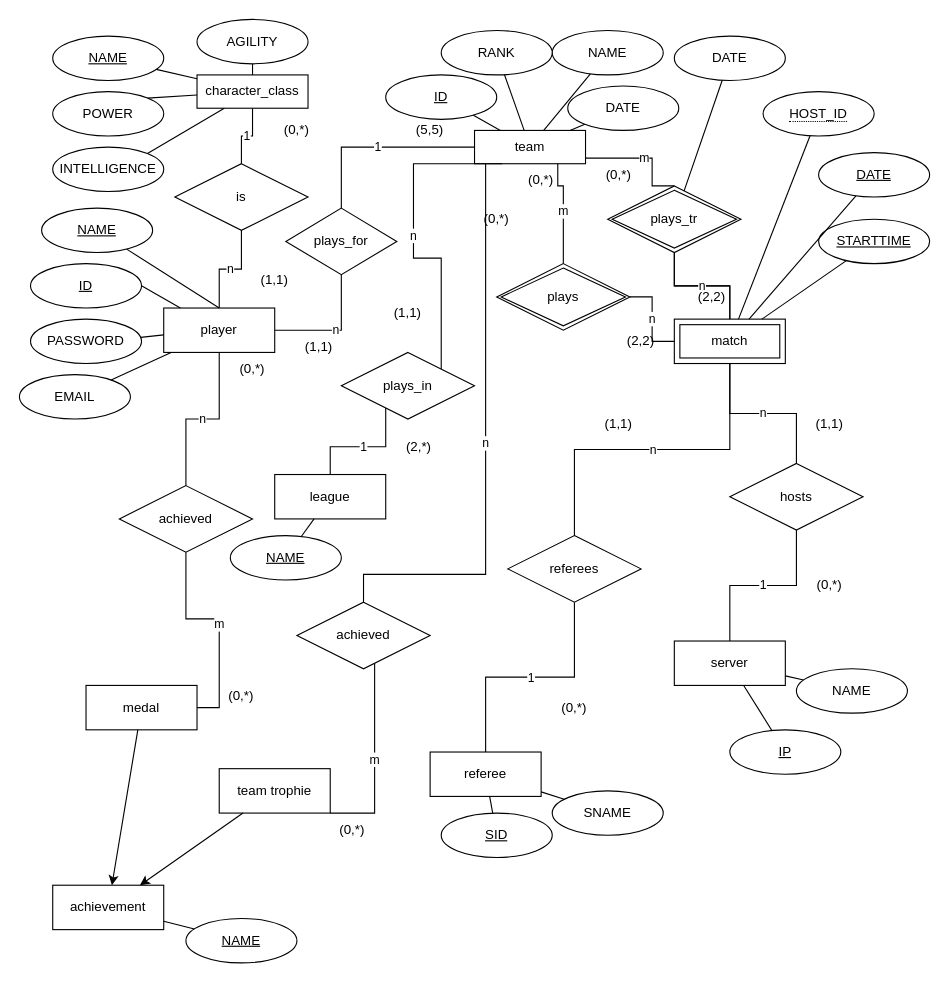
Above: Unbenanntes Diagramm.drawio in marvin-the-parrot/uni (draw.io), before the change. Source tidied: cells renumbered, new cells numbered last; positions are measured from the earlier drawing's top-left corner, leaving out a move shared by most shapes. Both pictures are drawn from the tidied source at 111%, with x=0, y=0 at pixel (19, 19).
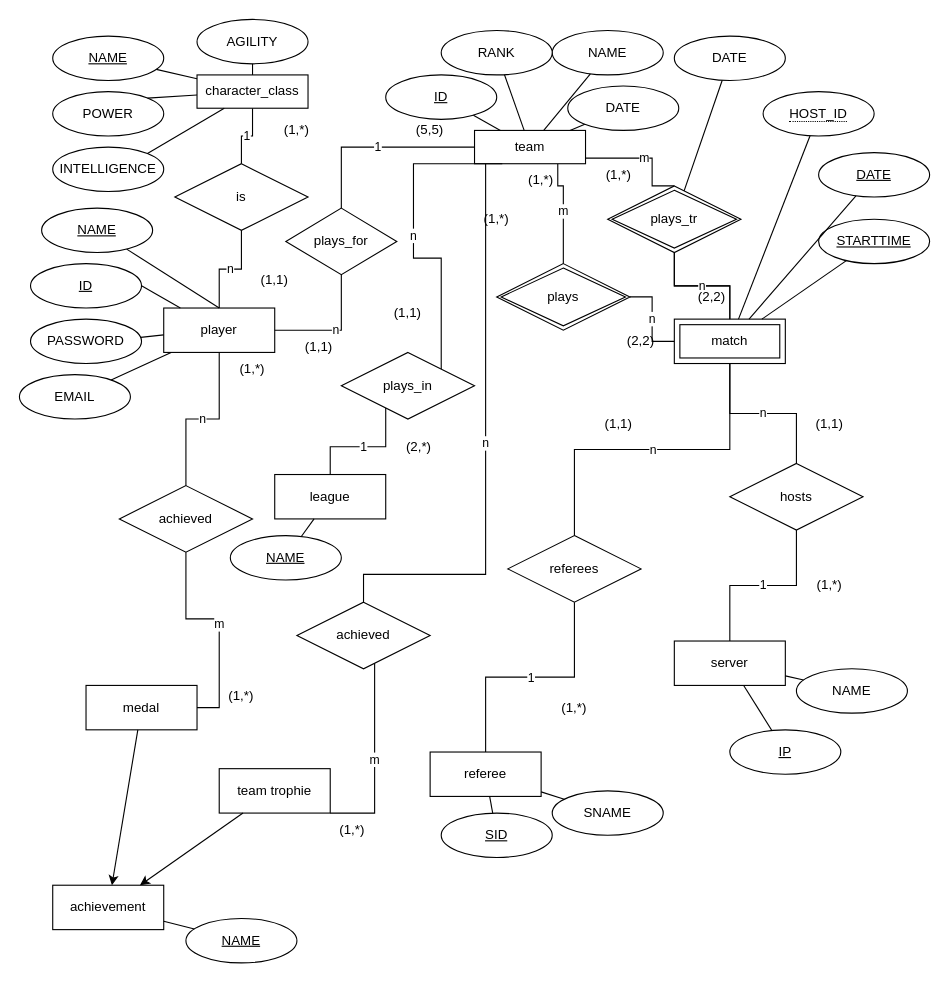
Above is the later version.

Commit message:
changed to non-null

Change to the diagram source:
```diff
@@
-    <mxCell id="80" value="(0,*)" style="text;html=1;strokeColor=none;fillColor=none;align=center;verticalAlign=middle;whiteSpace=wrap;rounded=0;" parent="1" vertex="1">
+    <mxCell id="80" value="(1,*)" style="text;html=1;strokeColor=none;fillColor=none;align=center;verticalAlign=middle;whiteSpace=wrap;rounded=0;" parent="1" vertex="1">
       <mxGeometry x="700" y="495" width="60" height="30" as="geometry" />
     </mxCell>
@@
-    <mxCell id="82" value="(0,*)" style="text;html=1;strokeColor=none;fillColor=none;align=center;verticalAlign=middle;whiteSpace=wrap;rounded=0;" parent="1" vertex="1">
+    <mxCell id="82" value="(1,*)" style="text;html=1;strokeColor=none;fillColor=none;align=center;verticalAlign=middle;whiteSpace=wrap;rounded=0;" parent="1" vertex="1">
       <mxGeometry x="470" y="605" width="60" height="30" as="geometry" />
     </mxCell>
@@
-    <mxCell id="90" value="(0,*)" style="text;html=1;strokeColor=none;fillColor=none;align=center;verticalAlign=middle;whiteSpace=wrap;rounded=0;" parent="1" vertex="1">
+    <mxCell id="90" value="(1,*)" style="text;html=1;strokeColor=none;fillColor=none;align=center;verticalAlign=middle;whiteSpace=wrap;rounded=0;" parent="1" vertex="1">
       <mxGeometry x="220" y="85" width="60" height="30" as="geometry" />
     </mxCell>
@@
-    <mxCell id="96" value="(0,*)" style="text;html=1;strokeColor=none;fillColor=none;align=center;verticalAlign=middle;whiteSpace=wrap;rounded=0;" parent="1" vertex="1">
+    <mxCell id="96" value="(1,*)" style="text;html=1;strokeColor=none;fillColor=none;align=center;verticalAlign=middle;whiteSpace=wrap;rounded=0;" parent="1" vertex="1">
       <mxGeometry x="270" y="715" width="60" height="30" as="geometry" />
     </mxCell>
-    <mxCell id="97" value="(0,*)" style="text;html=1;strokeColor=none;fillColor=none;align=center;verticalAlign=middle;whiteSpace=wrap;rounded=0;" parent="1" vertex="1">
+    <mxCell id="97" value="(1,*)" style="text;html=1;strokeColor=none;fillColor=none;align=center;verticalAlign=middle;whiteSpace=wrap;rounded=0;" parent="1" vertex="1">
       <mxGeometry x="400" y="165" width="60" height="30" as="geometry" />
     </mxCell>
-    <mxCell id="98" value="(0,*)" style="text;html=1;strokeColor=none;fillColor=none;align=center;verticalAlign=middle;whiteSpace=wrap;rounded=0;" parent="1" vertex="1">
+    <mxCell id="98" value="(1,*)" style="text;html=1;strokeColor=none;fillColor=none;align=center;verticalAlign=middle;whiteSpace=wrap;rounded=0;" parent="1" vertex="1">
       <mxGeometry x="510" y="125" width="60" height="30" as="geometry" />
     </mxCell>
-    <mxCell id="99" value="(0,*)" style="text;html=1;strokeColor=none;fillColor=none;align=center;verticalAlign=middle;whiteSpace=wrap;rounded=0;" parent="1" vertex="1">
+    <mxCell id="99" value="(1,*)" style="text;html=1;strokeColor=none;fillColor=none;align=center;verticalAlign=middle;whiteSpace=wrap;rounded=0;" parent="1" vertex="1">
       <mxGeometry x="440" y="130" width="60" height="30" as="geometry" />
     </mxCell>
@@
-    <mxCell id="102" value="(0,*)" style="text;html=1;strokeColor=none;fillColor=none;align=center;verticalAlign=middle;whiteSpace=wrap;rounded=0;" parent="1" vertex="1">
+    <mxCell id="102" value="(1,*)" style="text;html=1;strokeColor=none;fillColor=none;align=center;verticalAlign=middle;whiteSpace=wrap;rounded=0;" parent="1" vertex="1">
       <mxGeometry x="170" y="595" width="60" height="30" as="geometry" />
     </mxCell>
-    <mxCell id="103" value="(0,*)" style="text;html=1;strokeColor=none;fillColor=none;align=center;verticalAlign=middle;whiteSpace=wrap;rounded=0;" parent="1" vertex="1">
+    <mxCell id="103" value="(1,*)" style="text;html=1;strokeColor=none;fillColor=none;align=center;verticalAlign=middle;whiteSpace=wrap;rounded=0;" parent="1" vertex="1">
       <mxGeometry x="180" y="300" width="60" height="30" as="geometry" />
     </mxCell>
```
